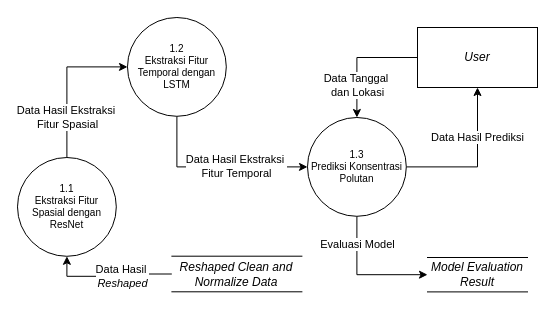
Above: page "Page-11" (5 of 13) of sistem.drawio in lullabymav/skrpsi (draw.io), before the change. Source tidied: cells renumbered, new cells numbered last; positions are measured from the earlier drawing's top-left corner, leaving out a move shared by most shapes. Both pictures are drawn from the tidied source at 100%, with x=0, y=0 at pixel (17, 17).
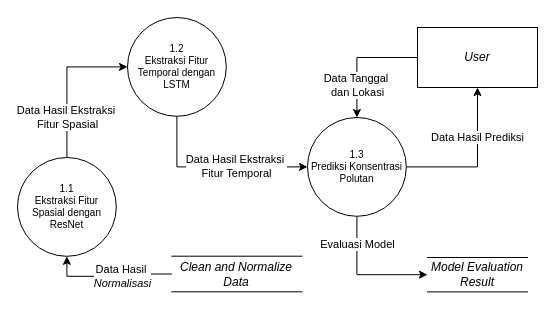
After the change.

What changed in the source:
```diff
@@
 <mxGraphModel>
   <root>
     <mxCell id="0" />
     <mxCell id="1" parent="0" />
     <mxCell id="2" value="Data Hasil Ekstraksi&amp;nbsp;&lt;div&gt;Fitur Spasial&lt;/div&gt;" style="edgeStyle=orthogonalEdgeStyle;rounded=0;jettySize=auto;html=1;exitX=0.5;exitY=0;exitDx=0;exitDy=0;entryX=0;entryY=0.5;entryDx=0;entryDy=0;" parent="1" edge="1" source="3" target="5">
       <mxGeometry x="-0.47" y="-1" relative="1" as="geometry" />
     </mxCell>
     <mxCell id="3" value="1.1&lt;div&gt;Ekstraksi Fitur Spasial dengan ResNet&lt;/div&gt;" style="ellipse;whiteSpace=wrap;html=1;fontSize=10;" parent="1" vertex="1">
       <mxGeometry y="140" width="98.8" height="98.8" as="geometry" />
     </mxCell>
     <mxCell id="4" value="Data Hasil Ekstraksi&amp;nbsp;&lt;div&gt;Fitur Temporal&lt;/div&gt;" style="edgeStyle=orthogonalEdgeStyle;rounded=0;jettySize=auto;html=1;entryX=0;entryY=0.5;entryDx=0;entryDy=0;exitX=0.5;exitY=1;exitDx=0;exitDy=0;" parent="1" edge="1" source="5" target="8">
       <mxGeometry x="0.23" relative="1" as="geometry">
         <mxPoint x="-1" as="offset" />
       </mxGeometry>
     </mxCell>
     <mxCell id="5" value="1.2&lt;div&gt;Ekstraksi Fitur Temporal dengan LSTM&lt;/div&gt;" style="ellipse;whiteSpace=wrap;html=1;fontSize=10;" parent="1" vertex="1">
       <mxGeometry x="110" width="98.8" height="98.8" as="geometry" />
     </mxCell>
     <mxCell id="6" value="Evaluasi Model" style="edgeStyle=orthogonalEdgeStyle;rounded=0;jettySize=auto;html=1;exitX=0.5;exitY=1;exitDx=0;exitDy=0;entryX=0;entryY=0.5;entryDx=0;entryDy=0;" parent="1" edge="1" source="8" target="13">
       <mxGeometry x="-0.56" y="1" relative="1" as="geometry" />
     </mxCell>
     <mxCell id="7" value="Data Hasil Prediksi" style="edgeStyle=orthogonalEdgeStyle;rounded=0;jettySize=auto;html=1;exitX=1;exitY=0.5;exitDx=0;exitDy=0;" parent="1" edge="1" source="8" target="12">
       <mxGeometry x="0.34" relative="1" as="geometry" />
     </mxCell>
     <mxCell id="8" value="1.3&lt;div&gt;Prediksi Konsentrasi Polutan&lt;/div&gt;" style="ellipse;whiteSpace=wrap;html=1;fontSize=10;" parent="1" vertex="1">
       <mxGeometry x="290" y="100" width="98.8" height="98.8" as="geometry" />
     </mxCell>
-    <mxCell id="9" value="Data Hasil&amp;nbsp;&lt;div&gt;&lt;i&gt;Reshaped&lt;/i&gt;&lt;/div&gt;" style="edgeStyle=orthogonalEdgeStyle;rounded=0;jettySize=auto;html=1;exitX=0;exitY=0.5;exitDx=0;exitDy=0;entryX=0.5;entryY=1;entryDx=0;entryDy=0;" parent="1" edge="1" source="10" target="3">
+    <mxCell id="9" value="Data Hasil&amp;nbsp;&lt;div&gt;&lt;i&gt;Normalisasi&lt;/i&gt;&lt;/div&gt;" style="edgeStyle=orthogonalEdgeStyle;rounded=0;jettySize=auto;html=1;exitX=0;exitY=0.5;exitDx=0;exitDy=0;entryX=0.5;entryY=1;entryDx=0;entryDy=0;" parent="1" edge="1" source="10" target="3">
       <mxGeometry x="-0.18" relative="1" as="geometry" />
     </mxCell>
-    <mxCell id="10" value="&lt;i&gt;Reshaped Clean and Normalize Data&lt;/i&gt;" style="html=1;dashed=0;whiteSpace=wrap;shape=partialRectangle;right=0;left=0;" parent="1" vertex="1">
+    <mxCell id="10" value="&lt;i&gt;Clean and Normalize Data&lt;/i&gt;" style="html=1;dashed=0;whiteSpace=wrap;shape=partialRectangle;right=0;left=0;" parent="1" vertex="1">
       <mxGeometry x="154.4" y="238.7" width="130" height="35.6" as="geometry" />
     </mxCell>
     <mxCell id="11" value="Data Tanggal&amp;nbsp;&lt;div&gt;dan Lokasi&lt;/div&gt;" style="edgeStyle=orthogonalEdgeStyle;rounded=0;jettySize=auto;html=1;exitX=0;exitY=0.5;exitDx=0;exitDy=0;" parent="1" edge="1" source="12" target="8">
       <mxGeometry x="0.47" y="1" relative="1" as="geometry" />
     </mxCell>
     <mxCell id="12" value="&lt;i&gt;User&lt;/i&gt;" style="rounded=0;whiteSpace=wrap;html=1;" parent="1" vertex="1">
       <mxGeometry x="400" y="10" width="120" height="60" as="geometry" />
     </mxCell>
     <mxCell id="13" value="&lt;i&gt;Model Evaluation Result&lt;/i&gt;" style="html=1;dashed=0;whiteSpace=wrap;shape=partialRectangle;right=0;left=0;" parent="1" vertex="1">
       <mxGeometry x="410" y="240" width="100" height="34.4" as="geometry" />
     </mxCell>
   </root>
 </mxGraphModel>
```
